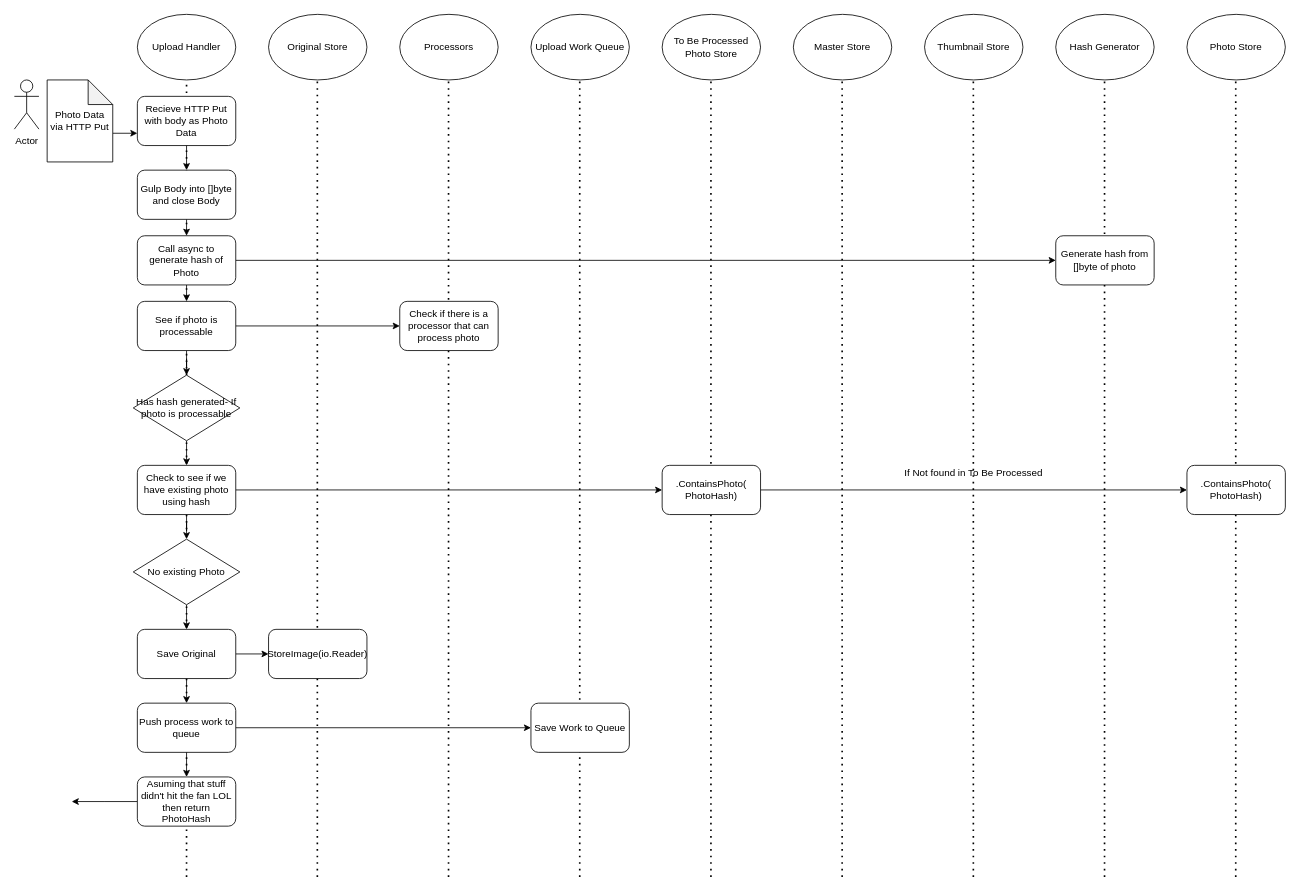
Earlier version of the draw.io diagram design/upload-flow-happ-async.drawio (ZacharyDuve/photoz). Source tidied: cells renumbered, new cells numbered last; positions are measured from the earlier drawing's top-left corner, leaving out a move shared by most shapes. Both pictures are drawn from the tidied source at 82%, with x=0, y=0 at pixel (14, 14).
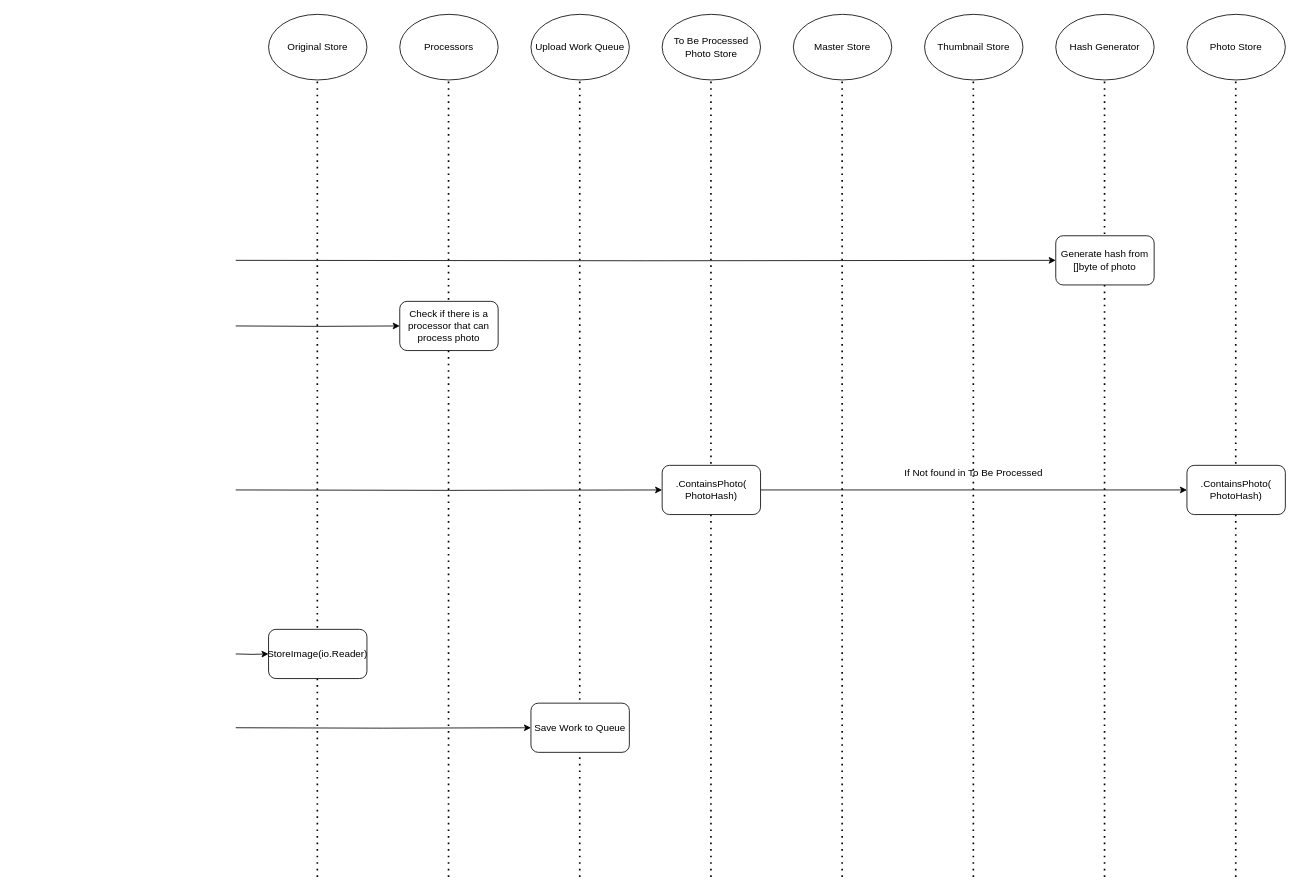
The same diagram, later.

Commit message (it also covers changes not shown here):
Currently have UploadedPhoto working out so that we can save the inital picture that was sent to us

Unchanged cells that the change refers to:
```xml
<mxCell id="28" value="Generate hash from []byte of photo" style="rounded=1;whiteSpace=wrap;html=1;" parent="1" vertex="1">
  <mxGeometry x="1270" y="270" width="120" height="60" as="geometry" />
</mxCell>
<mxCell id="32" value="Check if there is a processor that can process photo" style="rounded=1;whiteSpace=wrap;html=1;" parent="1" vertex="1">
  <mxGeometry x="470" y="350" width="120" height="60" as="geometry" />
</mxCell>
<mxCell id="40" value=".ContainsPhoto(&lt;br&gt;PhotoHash)" style="rounded=1;whiteSpace=wrap;html=1;" parent="1" vertex="1">
  <mxGeometry x="790" y="550" width="120" height="60" as="geometry" />
</mxCell>
<mxCell id="46" value="StoreImage(io.Reader)" style="rounded=1;whiteSpace=wrap;html=1;" parent="1" vertex="1">
  <mxGeometry x="310" y="750" width="120" height="60" as="geometry" />
</mxCell>
<mxCell id="52" value="Save Work to Queue" style="rounded=1;whiteSpace=wrap;html=1;" parent="1" vertex="1">
  <mxGeometry x="630" y="840" width="120" height="60" as="geometry" />
</mxCell>
```

Change to the diagram source:
```diff
@@
-    <mxCell id="2" value="Actor" style="shape=umlActor;verticalLabelPosition=bottom;verticalAlign=top;html=1;" parent="1" vertex="1">
-      <mxGeometry y="80" width="30" height="60" as="geometry" />
-    </mxCell>
-    <mxCell id="3" value="Upload Handler" style="ellipse;whiteSpace=wrap;html=1;" parent="1" vertex="1">
-      <mxGeometry x="150" width="120" height="80" as="geometry" />
-    </mxCell>
@@
-    <mxCell id="10" style="endArrow=none;dashed=1;html=1;dashPattern=1 3;strokeWidth=2;entryX=0.5;entryY=1;entryDx=0;entryDy=0;" parent="1" edge="1" source="34" target="3">
-      <mxGeometry relative="1" as="geometry" />
-    </mxCell>
@@
-    <mxCell id="17" style="edgeStyle=orthogonalEdgeStyle;rounded=0;jettySize=auto;html=1;exitX=0.5;exitY=1;exitDx=0;exitDy=0;entryX=0.5;entryY=0;entryDx=0;entryDy=0;" parent="1" edge="1" source="18" target="22">
-      <mxGeometry relative="1" as="geometry" />
-    </mxCell>
-    <mxCell id="18" value="Recieve HTTP Put with body as Photo Data" style="rounded=1;whiteSpace=wrap;html=1;" parent="1" vertex="1">
-      <mxGeometry x="150" y="100" width="120" height="60" as="geometry" />
-    </mxCell>
-    <mxCell id="19" style="edgeStyle=orthogonalEdgeStyle;rounded=0;jettySize=auto;html=1;exitX=0;exitY=0;exitDx=80;exitDy=65;exitPerimeter=0;entryX=0;entryY=0.75;entryDx=0;entryDy=0;" parent="1" edge="1" source="20" target="18">
-      <mxGeometry relative="1" as="geometry" />
-    </mxCell>
-    <mxCell id="20" value="Photo Data via HTTP Put" style="shape=note;whiteSpace=wrap;html=1;backgroundOutline=1;darkOpacity=0.05;" parent="1" vertex="1">
-      <mxGeometry x="40" y="80" width="80" height="100" as="geometry" />
-    </mxCell>
-    <mxCell id="21" style="edgeStyle=orthogonalEdgeStyle;rounded=0;jettySize=auto;html=1;exitX=0.5;exitY=1;exitDx=0;exitDy=0;entryX=0.5;entryY=0;entryDx=0;entryDy=0;" parent="1" edge="1" source="22" target="25">
-      <mxGeometry relative="1" as="geometry" />
-    </mxCell>
-    <mxCell id="22" value="Gulp Body into []byte and close Body" style="rounded=1;whiteSpace=wrap;html=1;" parent="1" vertex="1">
-      <mxGeometry x="150" y="190" width="120" height="60" as="geometry" />
-    </mxCell>
-    <mxCell id="23" style="edgeStyle=orthogonalEdgeStyle;rounded=0;jettySize=auto;html=1;exitX=1;exitY=0.5;exitDx=0;exitDy=0;entryX=0;entryY=0.5;entryDx=0;entryDy=0;" parent="1" edge="1" source="25" target="28">
-      <mxGeometry relative="1" as="geometry" />
+    <mxCell id="23" style="edgeStyle=orthogonalEdgeStyle;rounded=0;jettySize=auto;html=1;exitX=1;exitY=0.5;exitDx=0;exitDy=0;entryX=0;entryY=0.5;entryDx=0;entryDy=0;" parent="1" edge="1" target="28">
+      <mxGeometry relative="1" as="geometry">
+        <mxPoint x="270" y="300" as="sourcePoint" />
+      </mxGeometry>
     </mxCell>
-    <mxCell id="24" style="edgeStyle=orthogonalEdgeStyle;rounded=0;jettySize=auto;html=1;exitX=0.5;exitY=1;exitDx=0;exitDy=0;" parent="1" edge="1" source="25">
-      <mxGeometry relative="1" as="geometry">
-        <mxPoint x="210" y="350" as="targetPoint" />
-      </mxGeometry>
-    </mxCell>
-    <mxCell id="25" value="Call async to generate hash of Photo" style="rounded=1;whiteSpace=wrap;html=1;" parent="1" vertex="1">
-      <mxGeometry x="150" y="270" width="120" height="60" as="geometry" />
-    </mxCell>
@@
-    <mxCell id="29" style="edgeStyle=orthogonalEdgeStyle;rounded=0;jettySize=auto;html=1;exitX=1;exitY=0.5;exitDx=0;exitDy=0;entryX=0;entryY=0.5;entryDx=0;entryDy=0;" parent="1" edge="1" source="31" target="32">
-      <mxGeometry relative="1" as="geometry" />
+    <mxCell id="29" style="edgeStyle=orthogonalEdgeStyle;rounded=0;jettySize=auto;html=1;exitX=1;exitY=0.5;exitDx=0;exitDy=0;entryX=0;entryY=0.5;entryDx=0;entryDy=0;" parent="1" edge="1" target="32">
+      <mxGeometry relative="1" as="geometry">
+        <mxPoint x="270" y="380" as="sourcePoint" />
+      </mxGeometry>
     </mxCell>
-    <mxCell id="30" style="edgeStyle=orthogonalEdgeStyle;rounded=0;jettySize=auto;html=1;exitX=0.5;exitY=1;exitDx=0;exitDy=0;" parent="1" edge="1" source="31" target="34">
-      <mxGeometry relative="1" as="geometry" />
-    </mxCell>
-    <mxCell id="31" value="See if photo is processable" style="rounded=1;whiteSpace=wrap;html=1;" parent="1" vertex="1">
-      <mxGeometry x="150" y="350" width="120" height="60" as="geometry" />
-    </mxCell>
@@
-    <mxCell id="33" style="edgeStyle=orthogonalEdgeStyle;rounded=0;jettySize=auto;html=1;exitX=0.5;exitY=1;exitDx=0;exitDy=0;entryX=0.5;entryY=0;entryDx=0;entryDy=0;" parent="1" edge="1" source="34" target="38">
-      <mxGeometry relative="1" as="geometry" />
-    </mxCell>
-    <mxCell id="34" value="Has hash generated- If photo is processable" style="rhombus;whiteSpace=wrap;html=1;" parent="1" vertex="1">
-      <mxGeometry x="145" y="440" width="130" height="80" as="geometry" />
-    </mxCell>
-    <mxCell id="35" style="endArrow=none;dashed=1;html=1;dashPattern=1 3;strokeWidth=2;entryX=0.5;entryY=1;entryDx=0;entryDy=0;" parent="1" edge="1" target="34">
-      <mxGeometry relative="1" as="geometry">
-        <mxPoint x="210" y="1052" as="sourcePoint" />
-      </mxGeometry>
-    </mxCell>
-    <mxCell id="36" style="edgeStyle=orthogonalEdgeStyle;rounded=0;jettySize=auto;html=1;exitX=1;exitY=0.5;exitDx=0;exitDy=0;" parent="1" edge="1" source="38" target="40">
-      <mxGeometry relative="1" as="geometry" />
+    <mxCell id="36" style="edgeStyle=orthogonalEdgeStyle;rounded=0;jettySize=auto;html=1;exitX=1;exitY=0.5;exitDx=0;exitDy=0;" parent="1" edge="1" target="40">
+      <mxGeometry relative="1" as="geometry">
+        <mxPoint x="270" y="580" as="sourcePoint" />
+      </mxGeometry>
     </mxCell>
-    <mxCell id="37" style="edgeStyle=orthogonalEdgeStyle;rounded=0;jettySize=auto;html=1;exitX=0.5;exitY=1;exitDx=0;exitDy=0;" parent="1" edge="1" source="38" target="42">
-      <mxGeometry relative="1" as="geometry" />
-    </mxCell>
-    <mxCell id="38" value="Check to see if we have existing photo using hash" style="rounded=1;whiteSpace=wrap;html=1;" parent="1" vertex="1">
-      <mxGeometry x="150" y="550" width="120" height="60" as="geometry" />
-    </mxCell>
@@
-    <mxCell id="41" style="edgeStyle=orthogonalEdgeStyle;rounded=0;jettySize=auto;html=1;exitX=0.5;exitY=1;exitDx=0;exitDy=0;entryX=0.5;entryY=0;entryDx=0;entryDy=0;" parent="1" edge="1" source="42" target="45">
-      <mxGeometry relative="1" as="geometry" />
-    </mxCell>
-    <mxCell id="42" value="No existing Photo" style="rhombus;whiteSpace=wrap;html=1;" parent="1" vertex="1">
-      <mxGeometry x="145" y="640" width="130" height="80" as="geometry" />
-    </mxCell>
-    <mxCell id="43" style="edgeStyle=orthogonalEdgeStyle;rounded=0;jettySize=auto;html=1;exitX=1;exitY=0.5;exitDx=0;exitDy=0;entryX=0;entryY=0.5;entryDx=0;entryDy=0;" parent="1" edge="1" source="45" target="46">
-      <mxGeometry relative="1" as="geometry" />
+    <mxCell id="43" style="edgeStyle=orthogonalEdgeStyle;rounded=0;jettySize=auto;html=1;exitX=1;exitY=0.5;exitDx=0;exitDy=0;entryX=0;entryY=0.5;entryDx=0;entryDy=0;" parent="1" edge="1" target="46">
+      <mxGeometry relative="1" as="geometry">
+        <mxPoint x="270" y="780" as="sourcePoint" />
+      </mxGeometry>
     </mxCell>
-    <mxCell id="44" style="edgeStyle=orthogonalEdgeStyle;rounded=0;jettySize=auto;html=1;exitX=0.5;exitY=1;exitDx=0;exitDy=0;entryX=0.5;entryY=0;entryDx=0;entryDy=0;" parent="1" edge="1" source="45" target="49">
-      <mxGeometry relative="1" as="geometry" />
-    </mxCell>
-    <mxCell id="45" value="Save Original" style="rounded=1;whiteSpace=wrap;html=1;" parent="1" vertex="1">
-      <mxGeometry x="150" y="750" width="120" height="60" as="geometry" />
-    </mxCell>
@@
-    <mxCell id="47" style="edgeStyle=orthogonalEdgeStyle;rounded=0;jettySize=auto;html=1;exitX=0.5;exitY=1;exitDx=0;exitDy=0;entryX=0.5;entryY=0;entryDx=0;entryDy=0;" parent="1" edge="1" source="49" target="51">
-      <mxGeometry relative="1" as="geometry" />
-    </mxCell>
-    <mxCell id="48" style="edgeStyle=orthogonalEdgeStyle;rounded=0;jettySize=auto;html=1;exitX=1;exitY=0.5;exitDx=0;exitDy=0;" parent="1" edge="1" source="49" target="52">
-      <mxGeometry relative="1" as="geometry" />
+    <mxCell id="48" style="edgeStyle=orthogonalEdgeStyle;rounded=0;jettySize=auto;html=1;exitX=1;exitY=0.5;exitDx=0;exitDy=0;" parent="1" edge="1" target="52">
+      <mxGeometry relative="1" as="geometry">
+        <mxPoint x="270" y="870" as="sourcePoint" />
+      </mxGeometry>
     </mxCell>
-    <mxCell id="49" value="Push process work to queue" style="rounded=1;whiteSpace=wrap;html=1;" parent="1" vertex="1">
-      <mxGeometry x="150" y="840" width="120" height="60" as="geometry" />
-    </mxCell>
-    <mxCell id="50" style="edgeStyle=orthogonalEdgeStyle;rounded=0;jettySize=auto;html=1;exitX=0;exitY=0.5;exitDx=0;exitDy=0;" parent="1" edge="1" source="51">
-      <mxGeometry relative="1" as="geometry">
-        <mxPoint x="70" y="960" as="targetPoint" />
-      </mxGeometry>
-    </mxCell>
-    <mxCell id="51" value="Asuming that stuff didn't hit the fan LOL then return PhotoHash" style="rounded=1;whiteSpace=wrap;html=1;" parent="1" vertex="1">
-      <mxGeometry x="150" y="930" width="120" height="60" as="geometry" />
-    </mxCell>
```
